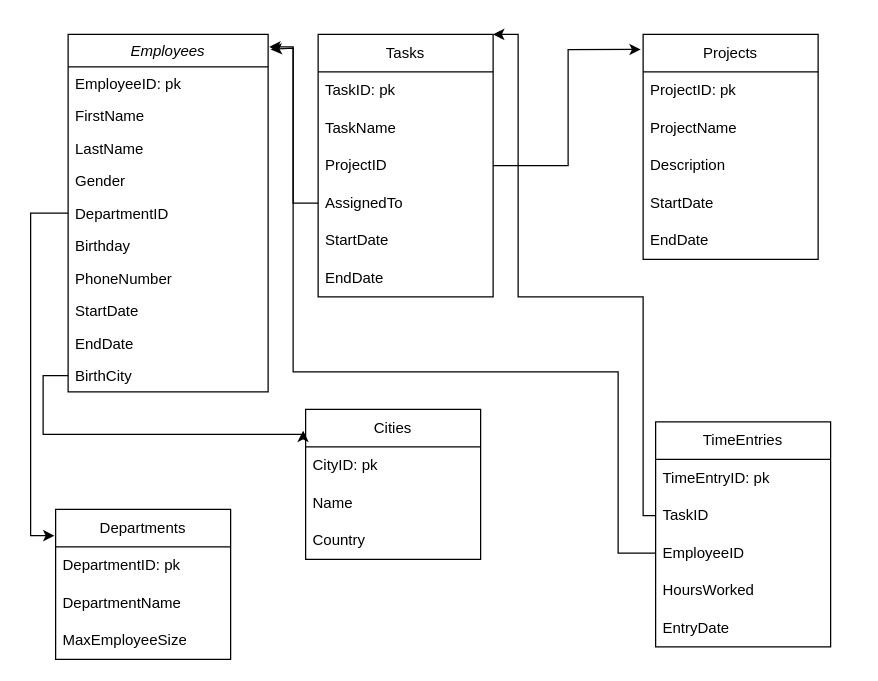
Before: ER-Diagram.drawio in Narges-Mntzr/Employee-Management-DataWarehouse, a draw.io diagram. Source tidied: cells renumbered, new cells numbered last; positions are measured from the earlier drawing's top-left corner, leaving out a move shared by most shapes. Both pictures are drawn from the tidied source at 125%, with x=0, y=0 at pixel (30, 34).
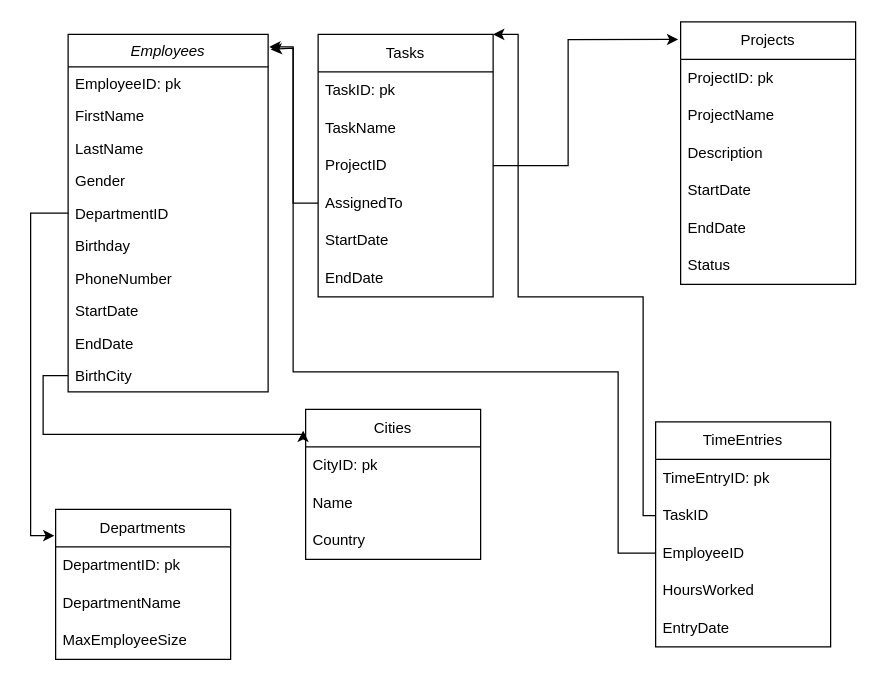
After the change.

Unchanged cells that the change refers to:
```xml
<mxCell id="22" value="ProjectID" style="text;strokeColor=none;fillColor=none;align=left;verticalAlign=middle;spacingLeft=4;spacingRight=4;overflow=hidden;points=[[0,0.5],[1,0.5]];portConstraint=eastwest;whiteSpace=wrap;html=1;" parent="19" vertex="1">
  <mxGeometry y="90" width="140" height="30" as="geometry" />
</mxCell>
```

Diff of the diagram source:
```diff
@@
     <mxCell id="13" value="Projects" style="swimlane;fontStyle=0;horizontal=1;startSize=30;whiteSpace=wrap;html=1;" parent="1" vertex="1">
-      <mxGeometry x="490" width="140" height="180" as="geometry" />
+      <mxGeometry x="520" y="-10" width="140" height="210" as="geometry" />
     </mxCell>
@@
+    <mxCell id="46" value="Status" style="text;strokeColor=none;fillColor=none;align=left;verticalAlign=middle;spacingLeft=4;spacingRight=4;overflow=hidden;whiteSpace=wrap;html=1;" parent="13" vertex="1">
+      <mxGeometry y="180" width="140" height="30" as="geometry" />
+    </mxCell>
@@
     <mxCell id="26" style="edgeStyle=orthogonalEdgeStyle;rounded=0;jettySize=auto;html=1;exitX=1;exitY=0.5;exitDx=0;exitDy=0;entryX=-0.014;entryY=0.067;entryDx=0;entryDy=0;entryPerimeter=0;" parent="1" edge="1" source="22" target="13">
       <mxGeometry relative="1" as="geometry">
         <Array as="points">
           <mxPoint x="430" y="105" />
-          <mxPoint x="430" y="12" />
+          <mxPoint x="430" y="4" />
         </Array>
       </mxGeometry>
     </mxCell>
```
